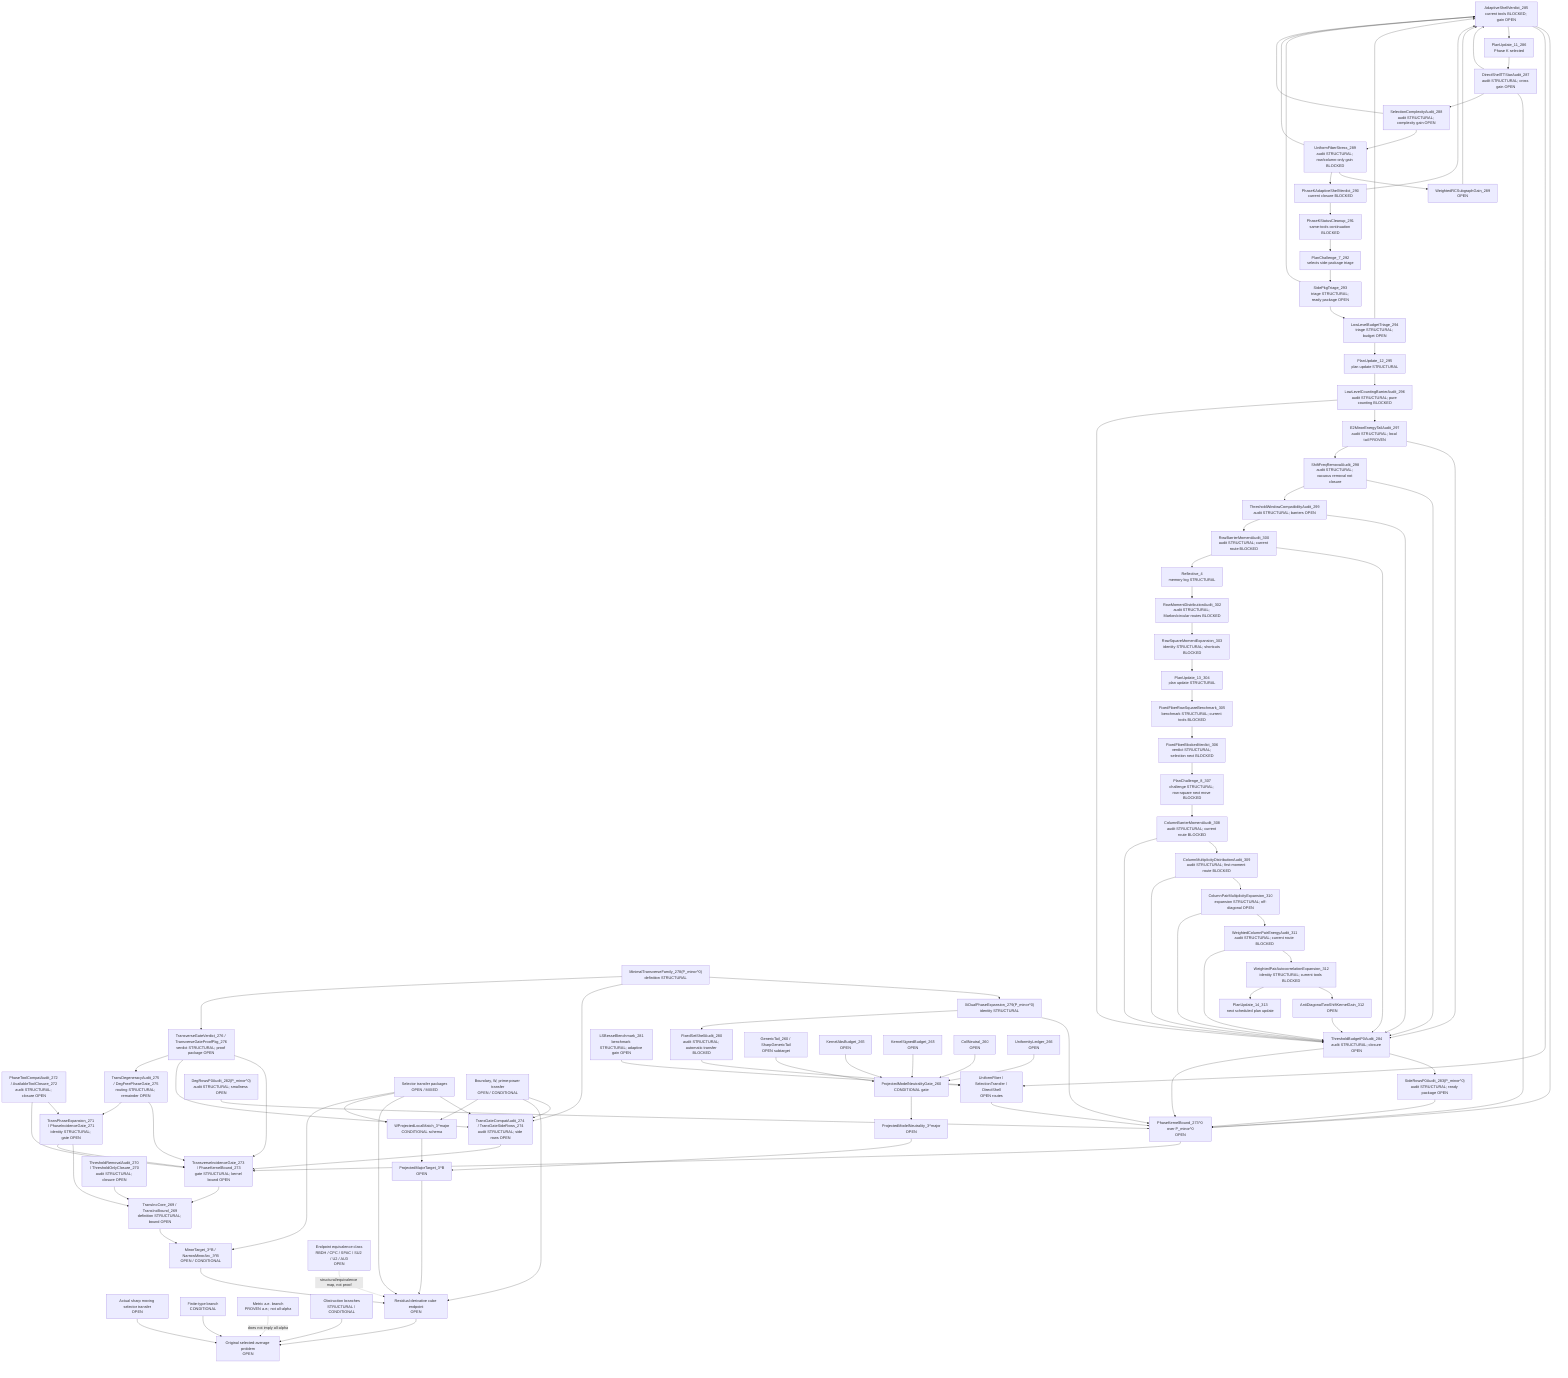
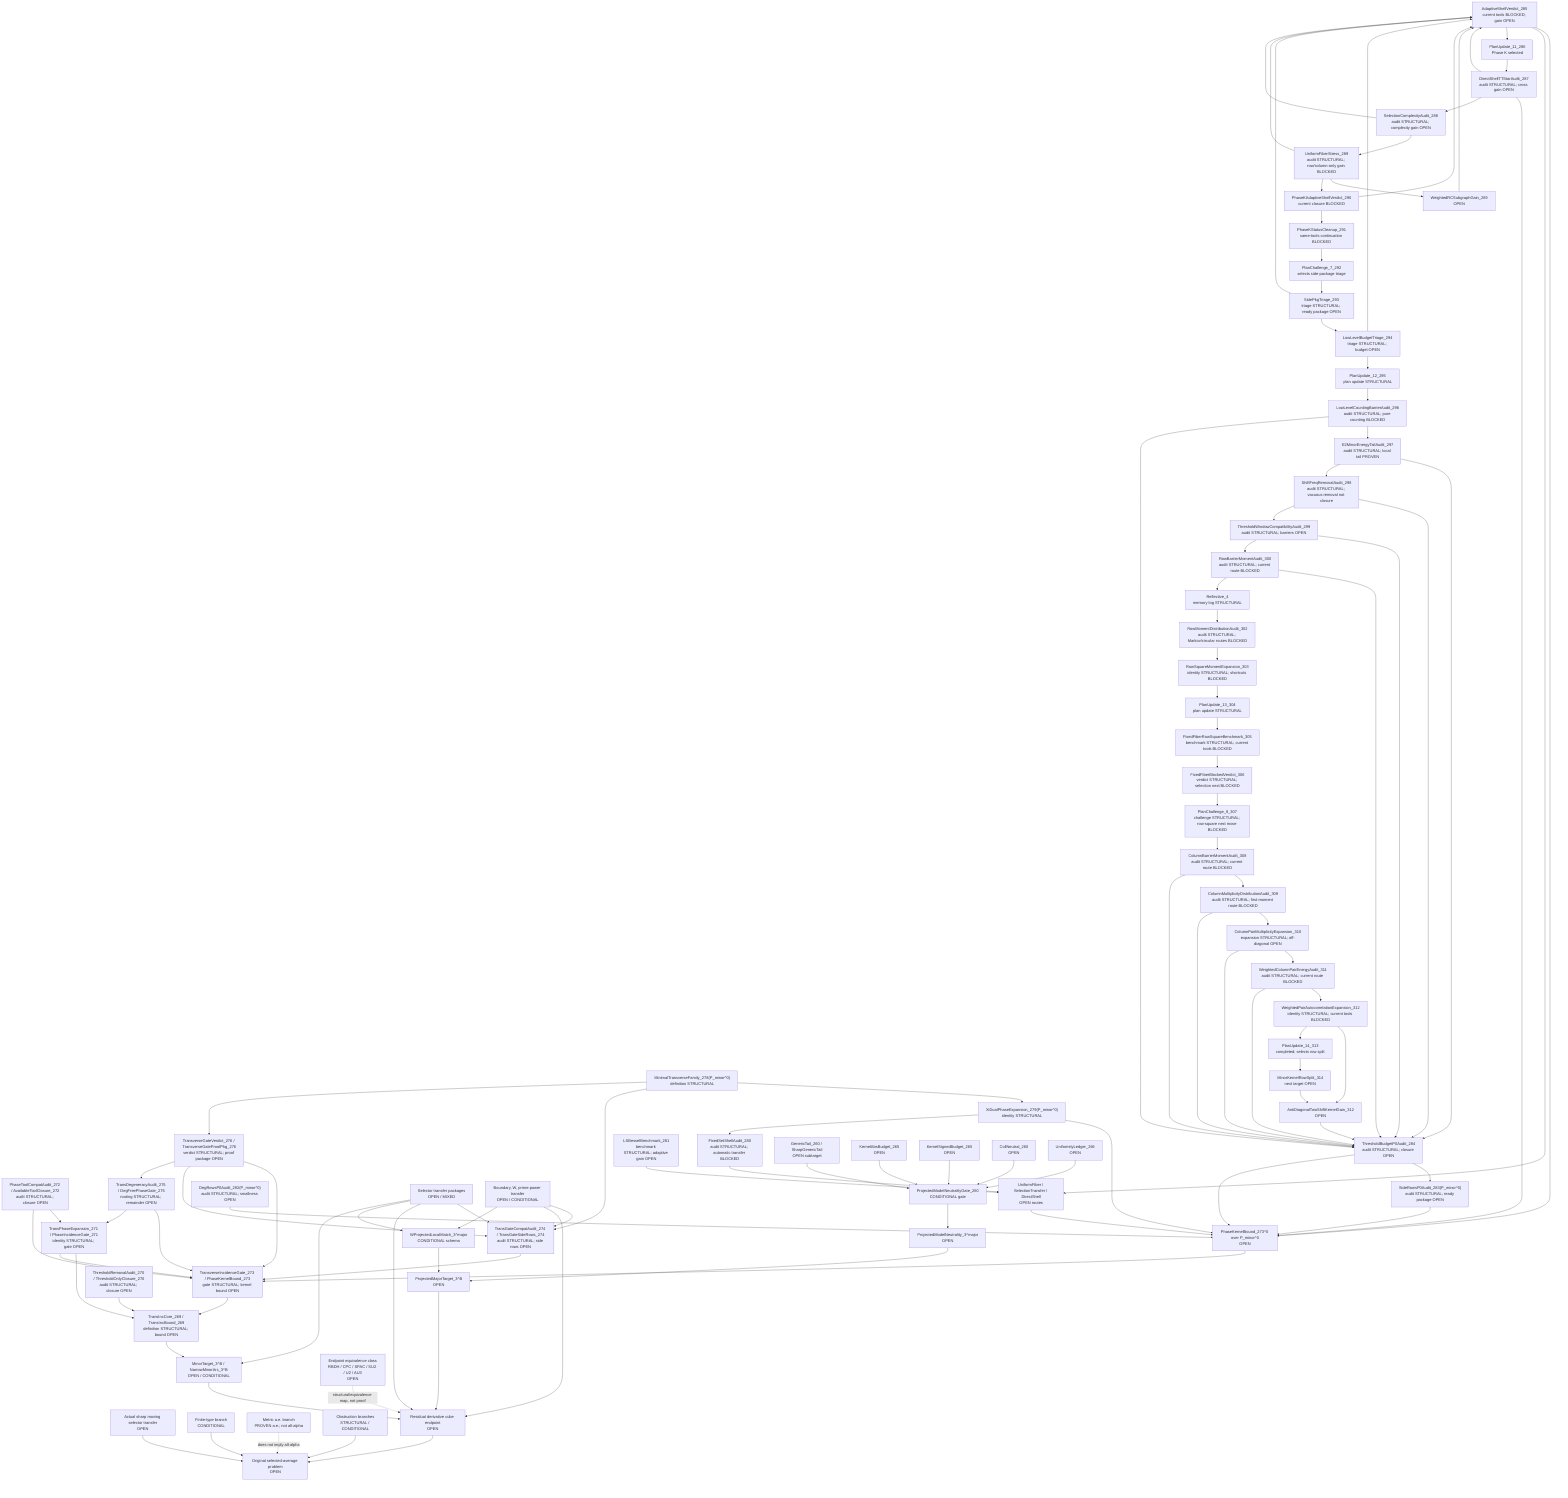
flowchart TD
  Original["Original selected-average problem<br/>OPEN"]
  SharpSel["Actual sharp moving selector transfer<br/>OPEN"]
  FiniteType["Finite-type branch<br/>CONDITIONAL"]
  Metric["Metric a.e. branch<br/>PROVEN a.e.; not all-alpha"]
  Obstruction["Obstruction branches<br/>STRUCTURAL / CONDITIONAL"]

  ResCube["Residual derivative cube endpoint<br/>OPEN"]
  MajorTarget["ProjectedMajorTarget_3^B<br/>OPEN"]
  MinorTarget["MinorTarget_3^B / NarrowMinorArc_3^B<br/>OPEN / CONDITIONAL"]
  TransInc["TransIncCore_269 / TransIncBound_269<br/>definition STRUCTURAL; bound OPEN"]
  ThresholdAudit["ThresholdRemovalAudit_270 / ThresholdOnlyClosure_270<br/>audit STRUCTURAL; closure OPEN"]
  PhaseExpansion["TransPhaseExpansion_271 / PhaseIncidenceGate_271<br/>identity STRUCTURAL; gate OPEN"]
  ToolCompat["PhaseToolCompatAudit_272 / AvailableToolClosure_272<br/>audit STRUCTURAL; closure OPEN"]
  TransGate["TransverseIncidenceGate_273 / PhaseKernelBound_273<br/>gate STRUCTURAL; kernel bound OPEN"]
  TransGateCompat["TransGateCompatAudit_274 / TransGateSideRows_274<br/>audit STRUCTURAL; side rows OPEN"]
  DegAudit["TransDegeneracyAudit_275 / DegFreePhaseGate_275<br/>routing STRUCTURAL; remainder OPEN"]
  TransVerdict["TransverseGateVerdict_276 / TransverseGateProofPkg_276<br/>verdict STRUCTURAL; proof package OPEN"]
  MinTransFamily["MinimalTransverseFamily_278(P_minor^0)<br/>definition STRUCTURAL"]
  XiExpansion["XiDualPhaseExpansion_279(P_minor^0)<br/>identity STRUCTURAL"]
  FixedShellAudit["FixedSetShellAudit_280<br/>audit STRUCTURAL; automatic transfer BLOCKED"]
  FixedShellTransfer["UniformFiber / SelectionTransfer / DirectShell<br/>OPEN routes"]
  LSBesselBench["LSBesselBenchmark_281<br/>benchmark STRUCTURAL; adaptive gain OPEN"]
  DegRowsP0["DegRowsP0Audit_282(P_minor^0)<br/>audit STRUCTURAL; smallness OPEN"]
  SideRowsP0["SideRowsP0Audit_283(P_minor^0)<br/>audit STRUCTURAL; ready package OPEN"]
  ThresholdP0["ThresholdBudgetP0Audit_284<br/>audit STRUCTURAL; closure OPEN"]
  AdaptiveShellP0["AdaptiveShellVerdict_285<br/>current tools BLOCKED; gain OPEN"]
  PlanUpdate11["PlanUpdate_11_286<br/>Phase K selected"]
  DirectTTStar["DirectShellTTStarAudit_287<br/>audit STRUCTURAL; cross gain OPEN"]
  SelectionComplexity["SelectionComplexityAudit_288<br/>audit STRUCTURAL; complexity gain OPEN"]
  UniformFiberStress["UniformFiberStress_289<br/>audit STRUCTURAL; row/column-only gain BLOCKED"]
  WeightedRCSubgraph["WeightedRCSubgraphGain_289<br/>OPEN"]
  AdaptiveVerdict290["PhaseKAdaptiveShellVerdict_290<br/>current closure BLOCKED"]
  PhaseKCleanup291["PhaseKStatusCleanup_291<br/>same-tools continuation BLOCKED"]
  PlanChallenge7["PlanChallenge_7_292<br/>selects side-package triage"]
  SidePkgTriage293["SidePkgTriage_293<br/>triage STRUCTURAL; ready package OPEN"]
  LowLevelTriage294["LowLevelBudgetTriage_294<br/>triage STRUCTURAL; budget OPEN"]
  PlanUpdate12["PlanUpdate_12_295<br/>plan update STRUCTURAL"]
  LowLevelBarrier296["LowLevelCountingBarrierAudit_296<br/>audit STRUCTURAL; pure counting BLOCKED"]
  E2Tail297["E2MinorEnergyTailAudit_297<br/>audit STRUCTURAL; local tail PROVEN"]
  ShiftFreq298["ShiftFreqRemovalAudit_298<br/>audit STRUCTURAL; vacuous removal not closure"]
  ThresholdWindow299["ThresholdWindowCompatibilityAudit_299<br/>audit STRUCTURAL; barriers OPEN"]
  RowBarrier300["RowBarrierMomentAudit_300<br/>audit STRUCTURAL; current route BLOCKED"]
  Reflective4["Reflective_4<br/>memory log STRUCTURAL"]
  RowMoment302["RowMomentDistributionAudit_302<br/>audit STRUCTURAL; Markov/circular routes BLOCKED"]
  RowSquare303["RowSquareMomentExpansion_303<br/>identity STRUCTURAL; shortcuts BLOCKED"]
  PlanUpdate13["PlanUpdate_13_304<br/>plan update STRUCTURAL"]
  FixedFiber305["FixedFiberRowSquareBenchmark_305<br/>benchmark STRUCTURAL; current tools BLOCKED"]
  FixedFiber306["FixedFiberBlockedVerdict_306<br/>verdict STRUCTURAL; selection next BLOCKED"]
  PlanChallenge8["PlanChallenge_8_307<br/>challenge STRUCTURAL; row-square next move BLOCKED"]
  ColumnBarrier308["ColumnBarrierMomentAudit_308<br/>audit STRUCTURAL; current route BLOCKED"]
  ColumnDist309["ColumnMultiplicityDistributionAudit_309<br/>audit STRUCTURAL; first-moment route BLOCKED"]
  ColumnPair310["ColumnPairMultiplicityExpansion_310<br/>expansion STRUCTURAL; off-diagonal OPEN"]
  WPair311["WeightedColumnPairEnergyAudit_311<br/>audit STRUCTURAL; current route BLOCKED"]
  AutoCorr312["WeightedPairAutocorrelationExpansion_312<br/>identity STRUCTURAL; current tools BLOCKED"]
  AntiDiag312["AntiDiagonalTwoShiftKernelGain_312<br/>OPEN"]
-   PlanUpdate14["PlanUpdate_14_313<br/>next scheduled plan update"]
+   PlanUpdate14["PlanUpdate_14_313<br/>completed; selects row split"]
+   MinorKernel314["MinorKernelRowSplit_314<br/>next target OPEN"]
  PhaseKernel0["PhaseKernelBound_273^0 over P_minor^0<br/>OPEN"]
  SelectorTransfer["Selector transfer packages<br/>OPEN / MIXED"]
  BoundaryTransfer["Boundary, W, prime-power transfer<br/>OPEN / CONDITIONAL"]

  WLocal["WProjectedLocalMatch_3^major<br/>CONDITIONAL schema"]
  ModelNeutral["ProjectedModelNeutrality_3^major<br/>OPEN"]
  PMNGate["ProjectedModelNeutralityGate_260<br/>CONDITIONAL gate"]
  GenericTail["GenericTail_260 / SharpGenericTail<br/>OPEN subtarget"]
  KernelAbs["KernelAbsBudget_265<br/>OPEN"]
  KernelSigned["KernelSignedBudget_265<br/>OPEN"]
  CollNeutral["CollNeutral_260<br/>OPEN"]
  Uniformity["UniformityLedger_266<br/>OPEN"]

  EndpointClass["Endpoint equivalence class<br/>RBDH / CPC / SPAC / SU2 / U2 / AU3<br/>OPEN"]

  SharpSel --> Original
  FiniteType --> Original
  Obstruction --> Original
  ResCube --> Original
  Metric -. "does not imply all-alpha" .-> Original

  MajorTarget --> ResCube
  MinorTarget --> ResCube
  TransInc --> MinorTarget
  ThresholdAudit --> TransInc
  PhaseExpansion --> TransInc
  ToolCompat --> PhaseExpansion
  TransGate --> TransInc
  PhaseExpansion --> TransGate
  ToolCompat --> TransGate
  TransGateCompat --> TransGate
  SelectorTransfer --> TransGateCompat
  BoundaryTransfer --> TransGateCompat
  DegAudit --> TransGate
  DegAudit --> PhaseExpansion
  TransVerdict --> TransGate
  TransVerdict --> TransGateCompat
  TransVerdict --> DegAudit
  PhaseKernel0 --> TransGate
  MinTransFamily --> XiExpansion
  XiExpansion --> PhaseKernel0
  XiExpansion --> FixedShellAudit
  FixedShellAudit --> FixedShellTransfer
  FixedShellTransfer --> PhaseKernel0
  LSBesselBench --> FixedShellTransfer
  DegRowsP0 --> PhaseKernel0
  SideRowsP0 --> PhaseKernel0
  ThresholdP0 --> SideRowsP0
  ThresholdP0 --> PhaseKernel0
  AdaptiveShellP0 --> PhaseKernel0
  AdaptiveShellP0 --> FixedShellTransfer
  AdaptiveShellP0 --> PlanUpdate11
  PlanUpdate11 --> DirectTTStar
  DirectTTStar --> AdaptiveShellP0
  DirectTTStar --> PhaseKernel0
  DirectTTStar --> SelectionComplexity
  SelectionComplexity --> UniformFiberStress
  SelectionComplexity --> AdaptiveShellP0
  UniformFiberStress --> WeightedRCSubgraph
  WeightedRCSubgraph --> AdaptiveShellP0
  UniformFiberStress --> AdaptiveVerdict290
  UniformFiberStress --> AdaptiveShellP0
  AdaptiveVerdict290 --> AdaptiveShellP0
  AdaptiveVerdict290 --> PhaseKCleanup291
  PhaseKCleanup291 --> PlanChallenge7
  PlanChallenge7 --> SidePkgTriage293
  SidePkgTriage293 --> LowLevelTriage294
  SidePkgTriage293 --> AdaptiveShellP0
  LowLevelTriage294 --> AdaptiveShellP0
  LowLevelTriage294 --> PlanUpdate12
  PlanUpdate12 --> LowLevelBarrier296
  LowLevelBarrier296 --> E2Tail297
  LowLevelBarrier296 --> ThresholdP0
  E2Tail297 --> ThresholdP0
  E2Tail297 --> ShiftFreq298
  ShiftFreq298 --> ThresholdP0
  ShiftFreq298 --> ThresholdWindow299
  ThresholdWindow299 --> ThresholdP0
  ThresholdWindow299 --> RowBarrier300
  RowBarrier300 --> ThresholdP0
  RowBarrier300 --> Reflective4
  Reflective4 --> RowMoment302
  RowMoment302 --> RowSquare303
  RowSquare303 --> PlanUpdate13
  PlanUpdate13 --> FixedFiber305
  FixedFiber305 --> FixedFiber306
  FixedFiber306 --> PlanChallenge8
  PlanChallenge8 --> ColumnBarrier308
  ColumnBarrier308 --> ColumnDist309
  ColumnDist309 --> ColumnPair310
  ColumnPair310 --> WPair311
  WPair311 --> AutoCorr312
  AutoCorr312 --> AntiDiag312
  AntiDiag312 --> ThresholdP0
  AutoCorr312 --> PlanUpdate14
+   PlanUpdate14 --> MinorKernel314
+   MinorKernel314 --> AntiDiag312
  WPair311 --> ThresholdP0
  ColumnPair310 --> ThresholdP0
  ColumnDist309 --> ThresholdP0
  ColumnBarrier308 --> ThresholdP0
  MinTransFamily --> TransGateCompat
  MinTransFamily --> TransVerdict
  SelectorTransfer --> ResCube
  BoundaryTransfer --> ResCube
  EndpointClass -. "structural/equivalence map, not proof" .-> ResCube

  WLocal --> MajorTarget
  ModelNeutral --> MajorTarget

  PMNGate --> ModelNeutral
  GenericTail --> PMNGate
  KernelAbs --> PMNGate
  KernelSigned --> PMNGate
  CollNeutral --> PMNGate
  Uniformity --> PMNGate

  BoundaryTransfer --> WLocal
  SelectorTransfer --> WLocal
  SelectorTransfer --> MinorTarget
